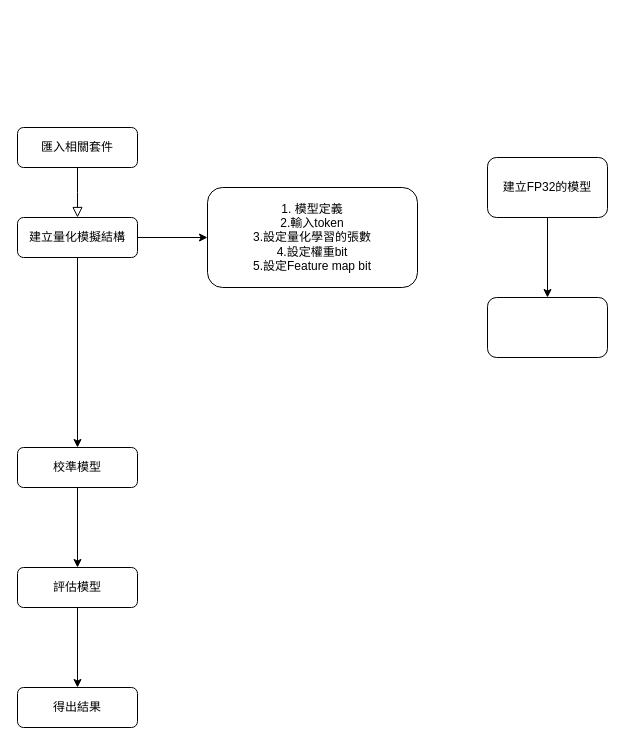
Earlier version of the draw.io diagram aimet.drawio (jihuien/ML100Days). Source tidied: cells renumbered, new cells numbered last; positions are measured from the earlier drawing's top-left corner, leaving out a move shared by most shapes. Both pictures are drawn from the tidied source at 100%, with x=0, y=0 at pixel (17, 127).
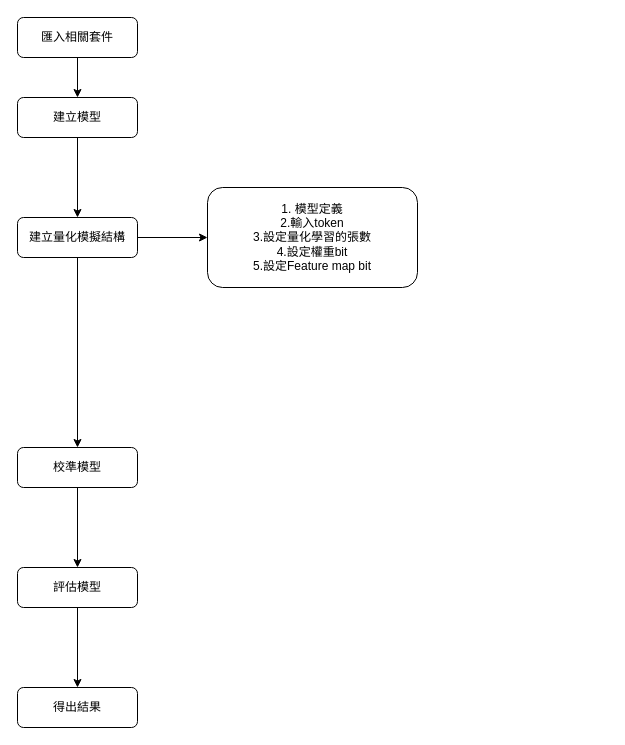
After the change.

Change to the diagram source:
```diff
@@
 <mxGraphModel>
   <root>
     <mxCell id="0" />
     <mxCell id="1" parent="0" />
-    <mxCell id="2" style="rounded=0;html=1;jettySize=auto;fontSize=11;endArrow=block;endFill=0;endSize=8;strokeWidth=1;shadow=0;labelBackgroundColor=none;edgeStyle=orthogonalEdgeStyle;" parent="1" edge="1" source="3">
-      <mxGeometry relative="1" as="geometry">
-        <mxPoint x="60" y="90" as="targetPoint" />
-      </mxGeometry>
-    </mxCell>
+    <mxCell id="16" style="edgeStyle=orthogonalEdgeStyle;rounded=0;jettySize=auto;html=1;" parent="1" edge="1" source="3" target="18">
+      <mxGeometry relative="1" as="geometry" />
+    </mxCell>
     <mxCell id="3" value="匯入相關套件" style="rounded=1;whiteSpace=wrap;html=1;fontSize=12;glass=0;strokeWidth=1;shadow=0;" parent="1" vertex="1">
-      <mxGeometry width="120" height="40" as="geometry" />
+      <mxGeometry y="-110" width="120" height="40" as="geometry" />
     </mxCell>
     <mxCell id="4" style="edgeStyle=orthogonalEdgeStyle;rounded=0;jettySize=auto;html=1;" parent="1" edge="1" source="6" target="8">
       <mxGeometry relative="1" as="geometry" />
     </mxCell>
     <mxCell id="5" style="edgeStyle=orthogonalEdgeStyle;rounded=0;jettySize=auto;html=1;" parent="1" edge="1" source="6" target="12">
       <mxGeometry relative="1" as="geometry" />
     </mxCell>
     <mxCell id="6" value="建立量化模擬結構" style="rounded=1;whiteSpace=wrap;html=1;fontSize=12;glass=0;strokeWidth=1;shadow=0;" parent="1" vertex="1">
       <mxGeometry y="90" width="120" height="40" as="geometry" />
     </mxCell>
     <mxCell id="7" style="edgeStyle=orthogonalEdgeStyle;rounded=0;jettySize=auto;html=1;" parent="1" edge="1" source="8" target="10">
       <mxGeometry relative="1" as="geometry" />
     </mxCell>
     <mxCell id="8" value="校準模型" style="rounded=1;whiteSpace=wrap;html=1;fontSize=12;glass=0;strokeWidth=1;shadow=0;" parent="1" vertex="1">
       <mxGeometry y="320" width="120" height="40" as="geometry" />
     </mxCell>
     <mxCell id="9" style="edgeStyle=orthogonalEdgeStyle;rounded=0;jettySize=auto;html=1;" parent="1" edge="1" source="10" target="11">
       <mxGeometry relative="1" as="geometry" />
     </mxCell>
     <mxCell id="10" value="評估模型" style="rounded=1;whiteSpace=wrap;html=1;fontSize=12;glass=0;strokeWidth=1;shadow=0;" parent="1" vertex="1">
       <mxGeometry y="440" width="120" height="40" as="geometry" />
     </mxCell>
     <mxCell id="11" value="得出結果" style="rounded=1;whiteSpace=wrap;html=1;fontSize=12;glass=0;strokeWidth=1;shadow=0;" parent="1" vertex="1">
       <mxGeometry y="560" width="120" height="40" as="geometry" />
     </mxCell>
     <mxCell id="12" value="1. 模型定義&lt;div&gt;2.輸入token&lt;/div&gt;&lt;div&gt;3.設定量化學習的張數&lt;/div&gt;&lt;div&gt;4.設定權重bit&lt;/div&gt;&lt;div&gt;5.設定Feature map bit&lt;/div&gt;" style="whiteSpace=wrap;html=1;rounded=1;glass=0;strokeWidth=1;shadow=0;" parent="1" vertex="1">
       <mxGeometry x="190" y="60" width="210" height="100" as="geometry" />
     </mxCell>
-    <mxCell id="13" style="edgeStyle=orthogonalEdgeStyle;rounded=0;jettySize=auto;html=1;" parent="1" edge="1" source="14" target="15">
-      <mxGeometry relative="1" as="geometry" />
-    </mxCell>
-    <mxCell id="14" value="建立FP32的模型" style="rounded=1;whiteSpace=wrap;html=1;" parent="1" vertex="1">
-      <mxGeometry x="470" y="30" width="120" height="60" as="geometry" />
-    </mxCell>
-    <mxCell id="15" style="whiteSpace=wrap;html=1;rounded=1;" parent="1" vertex="1">
-      <mxGeometry x="470" y="170" width="120" height="60" as="geometry" />
-    </mxCell>
+    <mxCell id="17" style="edgeStyle=orthogonalEdgeStyle;rounded=0;jettySize=auto;html=1;" parent="1" edge="1" source="18" target="6">
+      <mxGeometry relative="1" as="geometry" />
+    </mxCell>
+    <mxCell id="18" value="建立模型" style="rounded=1;whiteSpace=wrap;html=1;fontSize=12;glass=0;strokeWidth=1;shadow=0;" parent="1" vertex="1">
+      <mxGeometry y="-30" width="120" height="40" as="geometry" />
+    </mxCell>
   </root>
 </mxGraphModel>
```
